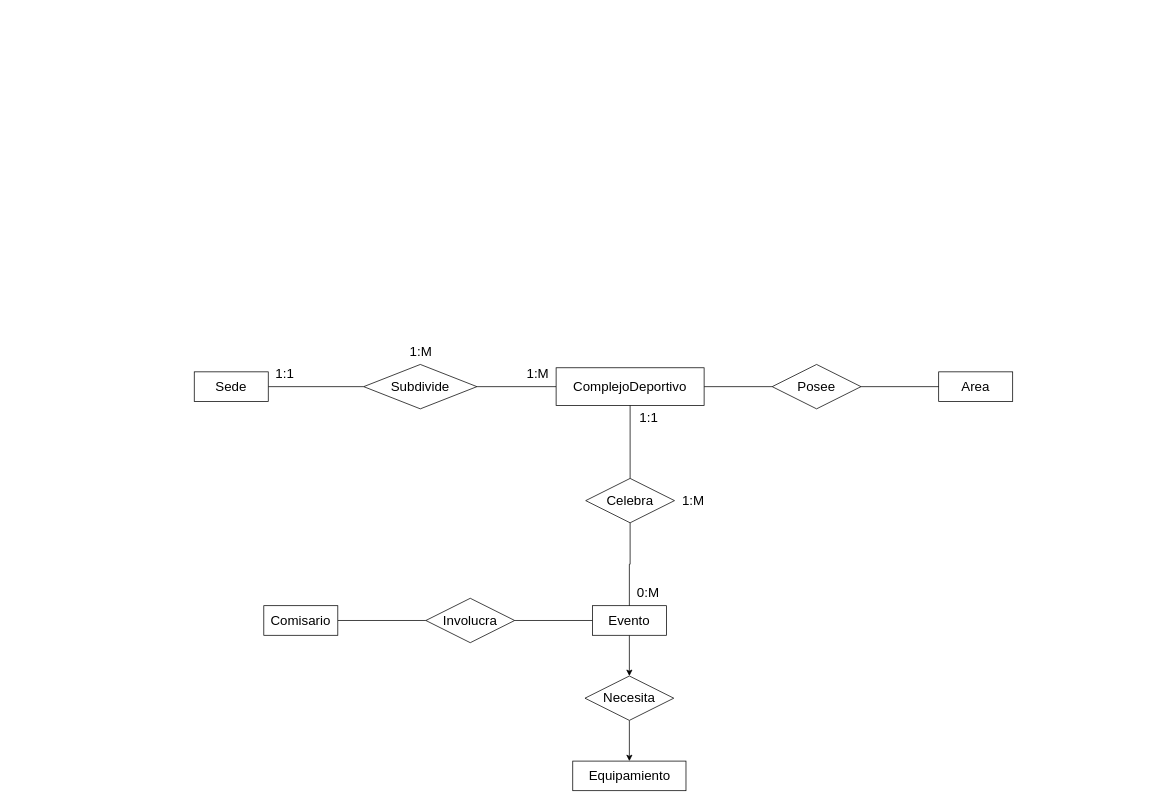
The draw.io diagram Examen.drawio in javier-varela/Diagramas, before the edit. Source tidied: cells renumbered, new cells numbered last; positions are measured from the earlier drawing's top-left corner, leaving out a move shared by most shapes. Both pictures are drawn from the tidied source at 74%, with x=0, y=0 at pixel (194, 339).
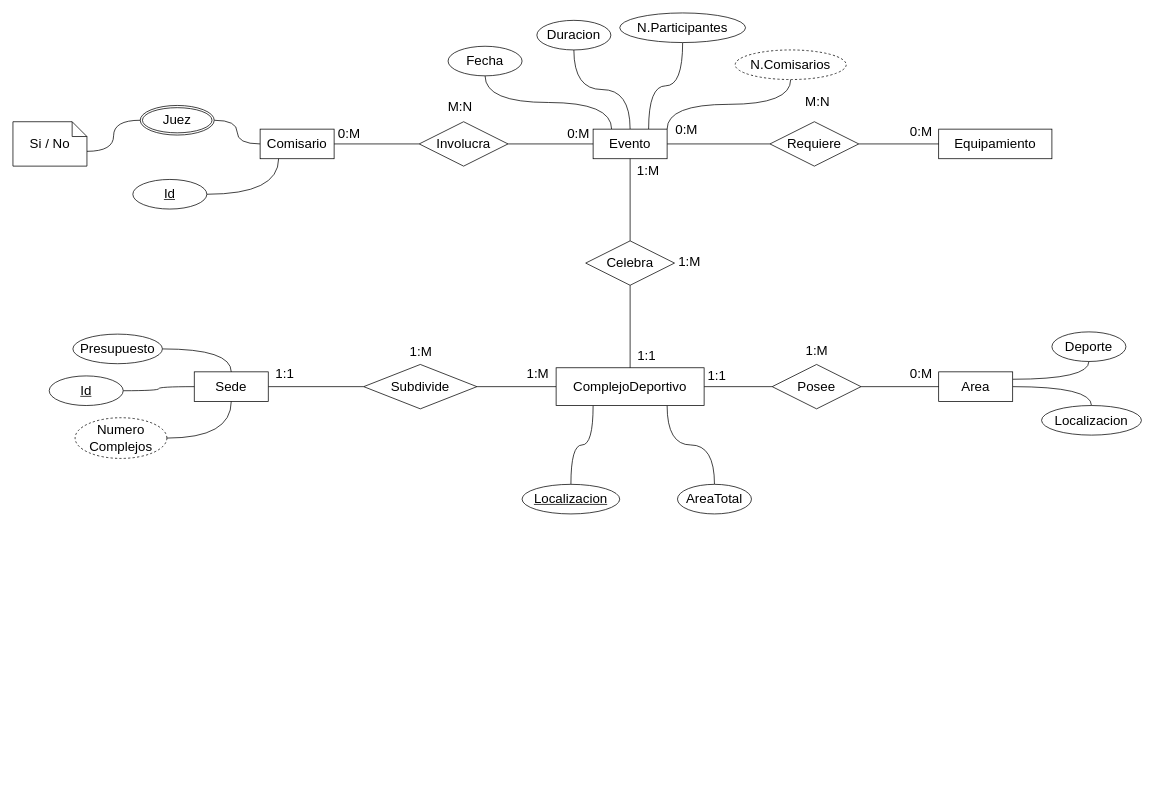
The same diagram, later.

The change refers to these unchanged cells:
```xml
<mxCell id="4" value="&lt;font style=&quot;font-size: 18px;&quot;&gt;ComplejoDeportivo&lt;/font&gt;" style="whiteSpace=wrap;html=1;align=center;" parent="1" vertex="1">
  <mxGeometry x="489" y="38.5" width="200" height="51" as="geometry" />
</mxCell>
<mxCell id="6" value="&lt;font style=&quot;font-size: 18px;&quot;&gt;Sede&lt;/font&gt;" style="whiteSpace=wrap;html=1;align=center;" parent="1" vertex="1">
  <mxGeometry y="44" width="100" height="40" as="geometry" />
</mxCell>
<mxCell id="9" value="&lt;font style=&quot;font-size: 18px;&quot;&gt;Area&lt;/font&gt;" style="whiteSpace=wrap;html=1;align=center;" parent="1" vertex="1">
  <mxGeometry x="1006" y="44" width="100" height="40" as="geometry" />
</mxCell>
```

Diff of the diagram source:
```diff
@@
+    <mxCell id="29" style="edgeStyle=orthogonalEdgeStyle;curved=1;rounded=0;jettySize=auto;html=1;exitX=0.25;exitY=1;exitDx=0;exitDy=0;endArrow=none;endFill=0;" parent="1" edge="1" source="4" target="49">
+      <mxGeometry relative="1" as="geometry" />
+    </mxCell>
+    <mxCell id="30" style="edgeStyle=orthogonalEdgeStyle;curved=1;rounded=0;jettySize=auto;html=1;exitX=0.75;exitY=1;exitDx=0;exitDy=0;endArrow=none;endFill=0;" parent="1" edge="1" source="4" target="48">
+      <mxGeometry relative="1" as="geometry" />
+    </mxCell>
@@
-    <mxCell id="7" style="edgeStyle=orthogonalEdgeStyle;rounded=0;jettySize=auto;html=1;exitX=0.5;exitY=1;exitDx=0;exitDy=0;" parent="1" edge="1" source="8" target="25">
+    <mxCell id="7" style="edgeStyle=orthogonalEdgeStyle;rounded=0;jettySize=auto;html=1;endArrow=none;endFill=0;" parent="1" edge="1" source="8" target="25">
       <mxGeometry relative="1" as="geometry" />
     </mxCell>
+    <mxCell id="31" style="edgeStyle=orthogonalEdgeStyle;curved=1;rounded=0;jettySize=auto;html=1;exitX=0.25;exitY=0;exitDx=0;exitDy=0;endArrow=none;endFill=0;" parent="1" edge="1" source="8" target="64">
+      <mxGeometry relative="1" as="geometry" />
+    </mxCell>
+    <mxCell id="32" style="edgeStyle=orthogonalEdgeStyle;curved=1;rounded=0;jettySize=auto;html=1;exitX=0.5;exitY=0;exitDx=0;exitDy=0;endArrow=none;endFill=0;" parent="1" edge="1" source="8" target="63">
+      <mxGeometry relative="1" as="geometry" />
+    </mxCell>
+    <mxCell id="33" style="edgeStyle=orthogonalEdgeStyle;curved=1;rounded=0;jettySize=auto;html=1;exitX=0.75;exitY=0;exitDx=0;exitDy=0;endArrow=none;endFill=0;" parent="1" edge="1" source="8" target="62">
+      <mxGeometry relative="1" as="geometry" />
+    </mxCell>
+    <mxCell id="34" style="edgeStyle=orthogonalEdgeStyle;curved=1;rounded=0;jettySize=auto;html=1;exitX=1;exitY=0;exitDx=0;exitDy=0;endArrow=none;endFill=0;" parent="1" edge="1" source="8" target="65">
+      <mxGeometry relative="1" as="geometry" />
+    </mxCell>
     <mxCell id="8" value="&lt;font style=&quot;font-size: 18px;&quot;&gt;Evento&lt;/font&gt;" style="whiteSpace=wrap;html=1;align=center;" parent="1" vertex="1">
-      <mxGeometry x="538" y="360" width="100" height="40" as="geometry" />
+      <mxGeometry x="539" y="-284" width="100" height="40" as="geometry" />
     </mxCell>
+    <mxCell id="35" style="edgeStyle=orthogonalEdgeStyle;curved=1;rounded=0;jettySize=auto;html=1;exitX=1;exitY=0.25;exitDx=0;exitDy=0;endArrow=none;endFill=0;" parent="1" edge="1" source="9" target="46">
+      <mxGeometry relative="1" as="geometry" />
+    </mxCell>
+    <mxCell id="36" style="edgeStyle=orthogonalEdgeStyle;curved=1;rounded=0;jettySize=auto;html=1;exitX=1;exitY=0.5;exitDx=0;exitDy=0;endArrow=none;endFill=0;" parent="1" edge="1" source="9" target="47">
+      <mxGeometry relative="1" as="geometry" />
+    </mxCell>
@@
     <mxCell id="10" value="&lt;font style=&quot;font-size: 18px;&quot;&gt;Equipamiento&lt;/font&gt;" style="whiteSpace=wrap;html=1;align=center;" parent="1" vertex="1">
-      <mxGeometry x="511.5" y="570" width="153" height="40" as="geometry" />
+      <mxGeometry x="1006" y="-284" width="153" height="40" as="geometry" />
     </mxCell>
@@
     <mxCell id="13" value="&lt;font style=&quot;font-size: 18px;&quot;&gt;Comisario&lt;/font&gt;" style="whiteSpace=wrap;html=1;align=center;" parent="1" vertex="1">
-      <mxGeometry x="94" y="360" width="100" height="40" as="geometry" />
+      <mxGeometry x="89" y="-284" width="100" height="40" as="geometry" />
     </mxCell>
-    <mxCell id="14" style="edgeStyle=orthogonalEdgeStyle;rounded=0;jettySize=auto;html=1;exitX=0.5;exitY=0;exitDx=0;exitDy=0;endArrow=none;endFill=0;" parent="1" edge="1" source="16" target="4">
+    <mxCell id="14" style="edgeStyle=orthogonalEdgeStyle;rounded=0;jettySize=auto;html=1;endArrow=none;endFill=0;" parent="1" edge="1" source="16" target="4">
       <mxGeometry relative="1" as="geometry" />
     </mxCell>
-    <mxCell id="15" style="edgeStyle=orthogonalEdgeStyle;rounded=0;jettySize=auto;html=1;exitX=0.5;exitY=1;exitDx=0;exitDy=0;endArrow=none;endFill=0;" parent="1" edge="1" source="16" target="8">
+    <mxCell id="15" style="edgeStyle=orthogonalEdgeStyle;rounded=0;jettySize=auto;html=1;endArrow=none;endFill=0;" parent="1" edge="1" source="16" target="8">
       <mxGeometry relative="1" as="geometry" />
     </mxCell>
     <mxCell id="16" value="&lt;font style=&quot;font-size: 18px;&quot;&gt;Celebra&lt;/font&gt;" style="shape=rhombus;perimeter=rhombusPerimeter;whiteSpace=wrap;html=1;align=center;" parent="1" vertex="1">
-      <mxGeometry x="529" y="188" width="120" height="60" as="geometry" />
+      <mxGeometry x="529" y="-133" width="120" height="60" as="geometry" />
     </mxCell>
@@
     <mxCell id="18" value="&lt;font style=&quot;font-size: 18px;&quot;&gt;Involucra&lt;/font&gt;" style="shape=rhombus;perimeter=rhombusPerimeter;whiteSpace=wrap;html=1;align=center;" parent="1" vertex="1">
-      <mxGeometry x="313" y="350" width="120" height="60" as="geometry" />
+      <mxGeometry x="304" y="-294" width="120" height="60" as="geometry" />
     </mxCell>
@@
-    <mxCell id="24" style="edgeStyle=orthogonalEdgeStyle;rounded=0;jettySize=auto;html=1;exitX=0.5;exitY=1;exitDx=0;exitDy=0;" parent="1" edge="1" source="25" target="10">
+    <mxCell id="24" style="edgeStyle=orthogonalEdgeStyle;rounded=0;jettySize=auto;html=1;endArrow=none;endFill=0;" parent="1" edge="1" source="25" target="10">
       <mxGeometry relative="1" as="geometry" />
     </mxCell>
-    <mxCell id="25" value="&lt;span style=&quot;font-size: 18px;&quot;&gt;Necesita&lt;/span&gt;" style="shape=rhombus;perimeter=rhombusPerimeter;whiteSpace=wrap;html=1;align=center;" parent="1" vertex="1">
-      <mxGeometry x="528" y="455" width="120" height="60" as="geometry" />
+    <mxCell id="25" value="&lt;span style=&quot;font-size: 18px;&quot;&gt;Requiere&lt;/span&gt;" style="shape=rhombus;perimeter=rhombusPerimeter;whiteSpace=wrap;html=1;align=center;" parent="1" vertex="1">
+      <mxGeometry x="778" y="-294" width="120" height="60" as="geometry" />
     </mxCell>
     <mxCell id="26" value="&lt;font style=&quot;font-size: 18px;&quot;&gt;1:1&lt;/font&gt;" style="text;html=1;align=center;verticalAlign=middle;strokeColor=none;fillColor=none;" parent="1" vertex="1">
-      <mxGeometry x="592" y="89" width="43" height="34" as="geometry" />
+      <mxGeometry x="589" y="4.5" width="43" height="34" as="geometry" />
     </mxCell>
     <mxCell id="27" value="&lt;font style=&quot;font-size: 18px;&quot;&gt;0:M&lt;/font&gt;" style="text;html=1;align=center;verticalAlign=middle;strokeColor=none;fillColor=none;" parent="1" vertex="1">
-      <mxGeometry x="589" y="326" width="48" height="34" as="geometry" />
+      <mxGeometry x="641" y="-300" width="48" height="34" as="geometry" />
     </mxCell>
     <mxCell id="28" value="&lt;font style=&quot;font-size: 18px;&quot;&gt;1:M&lt;/font&gt;" style="text;html=1;align=center;verticalAlign=middle;strokeColor=none;fillColor=none;" parent="1" vertex="1">
-      <mxGeometry x="650" y="201" width="48" height="34" as="geometry" />
+      <mxGeometry x="589" y="-244" width="48" height="34" as="geometry" />
     </mxCell>
+    <mxCell id="37" value="&lt;font style=&quot;font-size: 18px;&quot;&gt;0:M&lt;/font&gt;" style="text;html=1;align=center;verticalAlign=middle;strokeColor=none;fillColor=none;" parent="1" vertex="1">
+      <mxGeometry x="958" y="30" width="48" height="34" as="geometry" />
+    </mxCell>
+    <mxCell id="38" value="&lt;font style=&quot;font-size: 18px;&quot;&gt;1:1&lt;/font&gt;" style="text;html=1;align=center;verticalAlign=middle;strokeColor=none;fillColor=none;" parent="1" vertex="1">
+      <mxGeometry x="684" y="33" width="43" height="34" as="geometry" />
+    </mxCell>
+    <mxCell id="39" value="&lt;font style=&quot;font-size: 18px;&quot;&gt;1:M&lt;/font&gt;" style="text;html=1;align=center;verticalAlign=middle;strokeColor=none;fillColor=none;" parent="1" vertex="1">
+      <mxGeometry x="817" y="-1" width="48" height="34" as="geometry" />
+    </mxCell>
+    <mxCell id="40" value="&lt;font style=&quot;font-size: 18px;&quot;&gt;0:M&lt;/font&gt;" style="text;html=1;align=center;verticalAlign=middle;strokeColor=none;fillColor=none;" parent="1" vertex="1">
+      <mxGeometry x="495" y="-294" width="48" height="34" as="geometry" />
+    </mxCell>
+    <mxCell id="41" value="&lt;font style=&quot;font-size: 18px;&quot;&gt;1:M&lt;/font&gt;" style="text;html=1;align=center;verticalAlign=middle;strokeColor=none;fillColor=none;" parent="1" vertex="1">
+      <mxGeometry x="645" y="-121" width="48" height="34" as="geometry" />
+    </mxCell>
+    <mxCell id="42" value="&lt;font style=&quot;font-size: 18px;&quot;&gt;0:M&lt;/font&gt;" style="text;html=1;align=center;verticalAlign=middle;strokeColor=none;fillColor=none;" parent="1" vertex="1">
+      <mxGeometry x="185" y="-294" width="48" height="34" as="geometry" />
+    </mxCell>
+    <mxCell id="43" value="&lt;font style=&quot;font-size: 18px;&quot;&gt;M:N&lt;/font&gt;" style="text;html=1;align=center;verticalAlign=middle;strokeColor=none;fillColor=none;" parent="1" vertex="1">
+      <mxGeometry x="333" y="-331" width="51" height="34" as="geometry" />
+    </mxCell>
+    <mxCell id="44" value="&lt;font style=&quot;font-size: 18px;&quot;&gt;0:M&lt;/font&gt;" style="text;html=1;align=center;verticalAlign=middle;strokeColor=none;fillColor=none;" parent="1" vertex="1">
+      <mxGeometry x="958" y="-297" width="48" height="34" as="geometry" />
+    </mxCell>
+    <mxCell id="45" value="&lt;font style=&quot;font-size: 18px;&quot;&gt;M:N&lt;/font&gt;" style="text;html=1;align=center;verticalAlign=middle;strokeColor=none;fillColor=none;" parent="1" vertex="1">
+      <mxGeometry x="816" y="-338" width="51" height="34" as="geometry" />
+    </mxCell>
+    <mxCell id="46" value="&lt;font style=&quot;font-size: 18px;&quot;&gt;Deporte&lt;/font&gt;" style="ellipse;whiteSpace=wrap;html=1;align=center;" parent="1" vertex="1">
+      <mxGeometry x="1159" y="-10" width="100" height="40" as="geometry" />
+    </mxCell>
+    <mxCell id="47" value="&lt;font style=&quot;font-size: 18px;&quot;&gt;Localizacion&lt;/font&gt;" style="ellipse;whiteSpace=wrap;html=1;align=center;" parent="1" vertex="1">
+      <mxGeometry x="1145" y="89.5" width="135" height="40" as="geometry" />
+    </mxCell>
+    <mxCell id="48" value="&lt;font style=&quot;font-size: 18px;&quot;&gt;AreaTotal&lt;/font&gt;" style="ellipse;whiteSpace=wrap;html=1;align=center;" parent="1" vertex="1">
+      <mxGeometry x="653" y="196" width="100" height="40" as="geometry" />
+    </mxCell>
+    <mxCell id="49" value="&lt;font style=&quot;font-size: 18px;&quot;&gt;Localizacion&lt;/font&gt;" style="ellipse;whiteSpace=wrap;html=1;align=center;fontStyle=4;" parent="1" vertex="1">
+      <mxGeometry x="443" y="196" width="132" height="40" as="geometry" />
+    </mxCell>
+    <mxCell id="50" style="edgeStyle=orthogonalEdgeStyle;curved=1;rounded=0;jettySize=auto;html=1;exitX=1;exitY=0.5;exitDx=0;exitDy=0;endArrow=none;endFill=0;" parent="1" edge="1" source="51" target="6">
+      <mxGeometry relative="1" as="geometry" />
+    </mxCell>
+    <mxCell id="51" value="&lt;font style=&quot;font-size: 18px;&quot;&gt;Presupuesto&lt;/font&gt;" style="ellipse;whiteSpace=wrap;html=1;align=center;" parent="1" vertex="1">
+      <mxGeometry x="-164" y="-7" width="121" height="40" as="geometry" />
+    </mxCell>
+    <mxCell id="52" style="edgeStyle=orthogonalEdgeStyle;curved=1;rounded=0;jettySize=auto;html=1;exitX=1;exitY=0.5;exitDx=0;exitDy=0;endArrow=none;endFill=0;" parent="1" edge="1" source="53" target="6">
+      <mxGeometry relative="1" as="geometry" />
+    </mxCell>
+    <mxCell id="53" value="&lt;font style=&quot;font-size: 18px;&quot;&gt;Numero Complejos&lt;/font&gt;" style="ellipse;whiteSpace=wrap;html=1;align=center;dashed=1;" parent="1" vertex="1">
+      <mxGeometry x="-161" y="106" width="124" height="55" as="geometry" />
+    </mxCell>
+    <mxCell id="54" style="edgeStyle=orthogonalEdgeStyle;curved=1;rounded=0;jettySize=auto;html=1;exitX=1;exitY=0.5;exitDx=0;exitDy=0;endArrow=none;endFill=0;" parent="1" edge="1" source="55" target="13">
+      <mxGeometry relative="1" as="geometry" />
+    </mxCell>
+    <mxCell id="55" value="&lt;font style=&quot;font-size: 18px;&quot;&gt;Juez&lt;/font&gt;" style="ellipse;shape=doubleEllipse;margin=3;whiteSpace=wrap;html=1;align=center;" parent="1" vertex="1">
+      <mxGeometry x="-73" y="-316" width="100" height="40" as="geometry" />
+    </mxCell>
+    <mxCell id="56" style="edgeStyle=orthogonalEdgeStyle;curved=1;rounded=0;jettySize=auto;html=1;exitX=0;exitY=0;exitDx=100;exitDy=40;exitPerimeter=0;entryX=0;entryY=0.5;entryDx=0;entryDy=0;endArrow=none;endFill=0;" parent="1" edge="1" source="57" target="55">
+      <mxGeometry relative="1" as="geometry" />
+    </mxCell>
+    <mxCell id="57" value="&lt;font style=&quot;font-size: 18px;&quot;&gt;Si / No&lt;/font&gt;" style="shape=note;size=20;whiteSpace=wrap;html=1;" parent="1" vertex="1">
+      <mxGeometry x="-245" y="-294" width="100" height="60" as="geometry" />
+    </mxCell>
+    <mxCell id="58" style="edgeStyle=orthogonalEdgeStyle;curved=1;rounded=0;jettySize=auto;html=1;exitX=1;exitY=0.5;exitDx=0;exitDy=0;endArrow=none;endFill=0;" parent="1" edge="1" source="59" target="6">
+      <mxGeometry relative="1" as="geometry" />
+    </mxCell>
+    <mxCell id="59" value="&lt;font style=&quot;font-size: 18px;&quot;&gt;Id&lt;/font&gt;" style="ellipse;whiteSpace=wrap;html=1;align=center;fontStyle=4;" parent="1" vertex="1">
+      <mxGeometry x="-196" y="49.5" width="100" height="40" as="geometry" />
+    </mxCell>
+    <mxCell id="60" style="edgeStyle=orthogonalEdgeStyle;curved=1;rounded=0;jettySize=auto;html=1;exitX=1;exitY=0.5;exitDx=0;exitDy=0;entryX=0.25;entryY=1;entryDx=0;entryDy=0;endArrow=none;endFill=0;" parent="1" edge="1" source="61" target="13">
+      <mxGeometry relative="1" as="geometry" />
+    </mxCell>
+    <mxCell id="61" value="&lt;font style=&quot;font-size: 18px;&quot;&gt;Id&lt;/font&gt;" style="ellipse;whiteSpace=wrap;html=1;align=center;fontStyle=4;" parent="1" vertex="1">
+      <mxGeometry x="-83" y="-216" width="100" height="40" as="geometry" />
+    </mxCell>
+    <mxCell id="62" value="&lt;span style=&quot;font-size: 18px;&quot;&gt;N.Participantes&lt;/span&gt;" style="ellipse;whiteSpace=wrap;html=1;align=center;" parent="1" vertex="1">
+      <mxGeometry x="575" y="-441" width="170" height="40" as="geometry" />
+    </mxCell>
+    <mxCell id="63" value="&lt;font style=&quot;font-size: 18px;&quot;&gt;Duracion&lt;/font&gt;" style="ellipse;whiteSpace=wrap;html=1;align=center;" parent="1" vertex="1">
+      <mxGeometry x="463" y="-431" width="100" height="40" as="geometry" />
+    </mxCell>
+    <mxCell id="64" value="&lt;font style=&quot;font-size: 18px;&quot;&gt;Fecha&lt;/font&gt;" style="ellipse;whiteSpace=wrap;html=1;align=center;" parent="1" vertex="1">
+      <mxGeometry x="343" y="-396" width="100" height="40" as="geometry" />
+    </mxCell>
+    <mxCell id="65" value="&lt;font style=&quot;font-size: 18px;&quot;&gt;N.Comisarios&lt;/font&gt;" style="ellipse;whiteSpace=wrap;html=1;align=center;dashed=1;" parent="1" vertex="1">
+      <mxGeometry x="731" y="-391" width="150" height="40" as="geometry" />
+    </mxCell>
```
